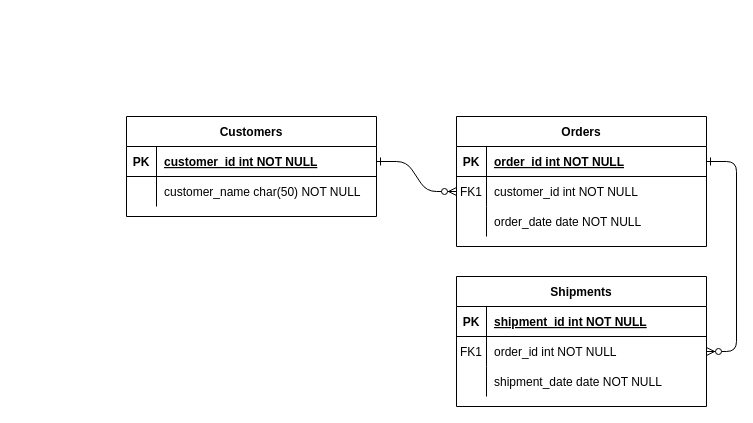
Earlier version of the draw.io diagram Untitled Diagram.drawio (Hansil-Chapadiya/java-training-bacancy). Source tidied: cells renumbered, new cells numbered last; positions are measured from the earlier drawing's top-left corner, leaving out a move shared by most shapes. Both pictures are drawn from the tidied source at 100%, with x=0, y=0 at pixel (126, 116).
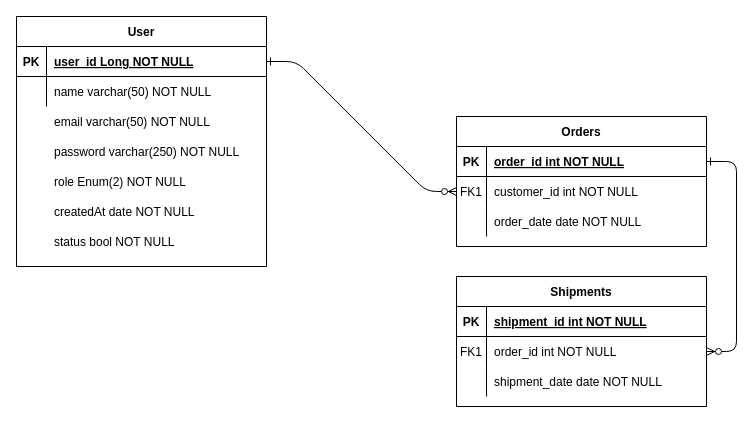
After the change.

Commit message:
User Entity Template Created

The change refers to these unchanged cells:
```xml
<mxCell id="25" style="shape=partialRectangle;fillColor=none;points=[[0,0.5],[1,0.5]];portConstraint=eastwest;top=0;left=0;right=0;bottom=1;" parent="24" vertex="1">
  <mxGeometry y="30" width="250" height="30" as="geometry" />
</mxCell>
<mxCell id="28" style="shape=partialRectangle;fillColor=none;top=0;left=0;right=0;bottom=0;" parent="24" vertex="1">
  <mxGeometry y="60" width="250" height="30" as="geometry" />
</mxCell>
```

The edit, as a diff of the source:
```diff
@@
-    <mxCell id="24" value="Customers" style="shape=table;startSize=30;childLayout=tableLayout;rowLines=0;fontStyle=1;align=center;" parent="1" vertex="1">
-      <mxGeometry width="250" height="100" as="geometry" />
+    <mxCell id="24" value="User" style="shape=table;startSize=30;childLayout=tableLayout;rowLines=0;fontStyle=1;align=center;" parent="1" vertex="1">
+      <mxGeometry x="-110" y="-100" width="250" height="250" as="geometry" />
     </mxCell>
@@
-    <mxCell id="27" value="customer_id int NOT NULL " style="shape=partialRectangle;overflow=hidden;fillColor=none;top=0;left=0;bottom=0;right=0;align=left;spacingLeft=6;fontStyle=5;" parent="25" vertex="1">
+    <mxCell id="27" value="user_id Long NOT NULL " style="shape=partialRectangle;overflow=hidden;fillColor=none;top=0;left=0;bottom=0;right=0;align=left;spacingLeft=6;fontStyle=5;" parent="25" vertex="1">
       <mxGeometry x="30" width="220" height="30" as="geometry" />
     </mxCell>
@@
-    <mxCell id="30" value="customer_name char(50) NOT NULL" style="shape=partialRectangle;overflow=hidden;fillColor=none;top=0;left=0;bottom=0;right=0;align=left;spacingLeft=6;" parent="28" vertex="1">
+    <mxCell id="30" value="name varchar(50) NOT NULL" style="shape=partialRectangle;overflow=hidden;fillColor=none;top=0;left=0;bottom=0;right=0;align=left;spacingLeft=6;" parent="28" vertex="1">
       <mxGeometry x="30" width="220" height="30" as="geometry" />
     </mxCell>
+    <mxCell id="31" value="email varchar(50) NOT NULL" style="shape=partialRectangle;overflow=hidden;fillColor=none;top=0;left=0;bottom=0;right=0;align=left;spacingLeft=6;" parent="1" vertex="1">
+      <mxGeometry x="-80" y="-10" width="220" height="30" as="geometry" />
+    </mxCell>
+    <mxCell id="32" value="password varchar(250) NOT NULL" style="shape=partialRectangle;overflow=hidden;fillColor=none;top=0;left=0;bottom=0;right=0;align=left;spacingLeft=6;" parent="1" vertex="1">
+      <mxGeometry x="-80" y="20" width="220" height="30" as="geometry" />
+    </mxCell>
+    <mxCell id="33" value="role Enum(2) NOT NULL" style="shape=partialRectangle;overflow=hidden;fillColor=none;top=0;left=0;bottom=0;right=0;align=left;spacingLeft=6;" parent="1" vertex="1">
+      <mxGeometry x="-80" y="50" width="220" height="30" as="geometry" />
+    </mxCell>
+    <mxCell id="34" value="createdAt date NOT NULL" style="shape=partialRectangle;overflow=hidden;fillColor=none;top=0;left=0;bottom=0;right=0;align=left;spacingLeft=6;" parent="1" vertex="1">
+      <mxGeometry x="-80" y="80" width="220" height="30" as="geometry" />
+    </mxCell>
+    <mxCell id="35" value="status bool NOT NULL" style="shape=partialRectangle;overflow=hidden;fillColor=none;top=0;left=0;bottom=0;right=0;align=left;spacingLeft=6;" parent="1" vertex="1">
+      <mxGeometry x="-80" y="110" width="220" height="30" as="geometry" />
+    </mxCell>
```
